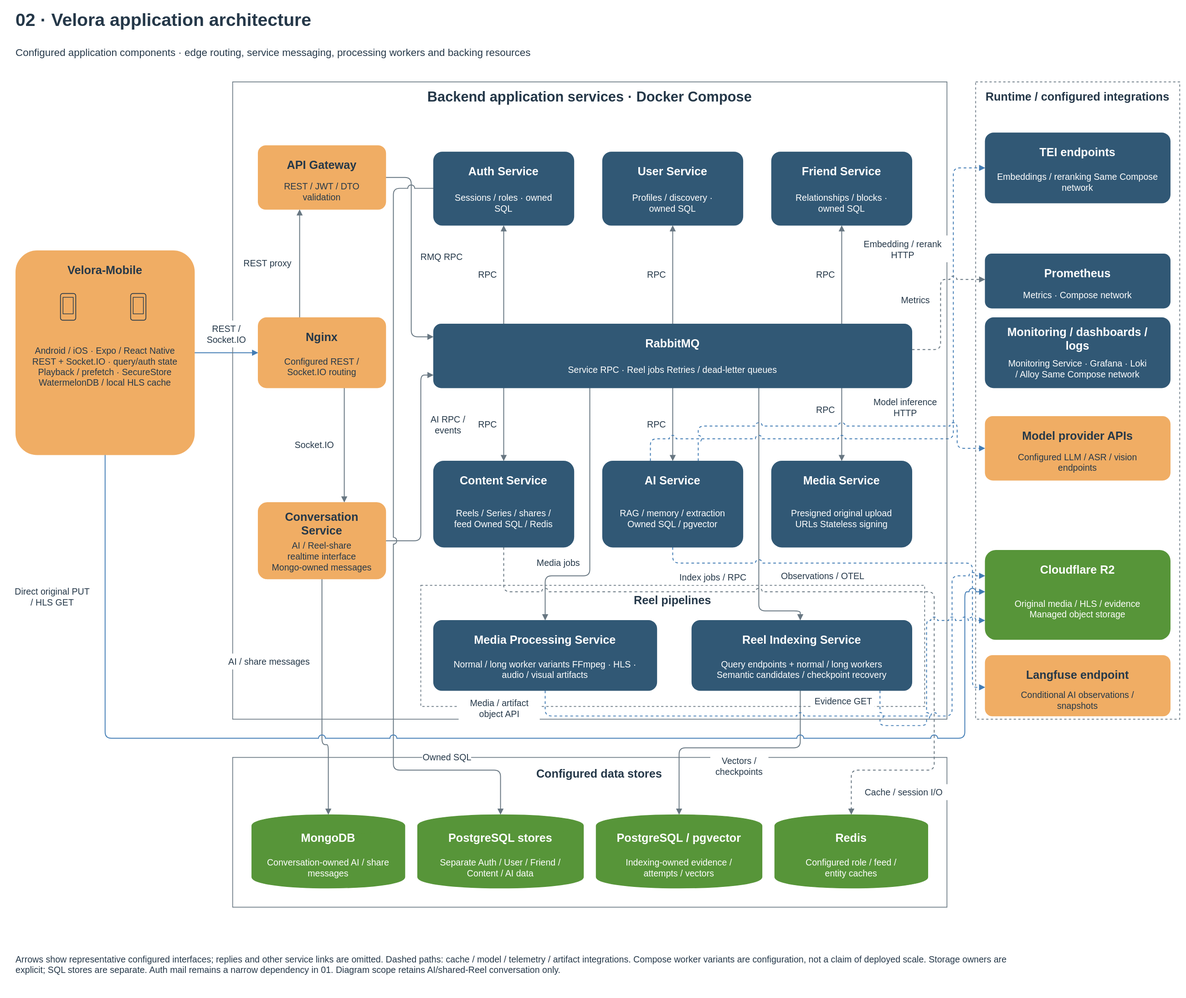
Earlier version of the draw.io export docs/diagrams/velora-current/importable-svg/02-application-architecture.drawio.svg (HieuCuteDangYeu/velora-backend). Source tidied: cells renumbered, new cells last; positions are measured from the earlier drawing's top-left corner, leaving out a move shared by most shapes.
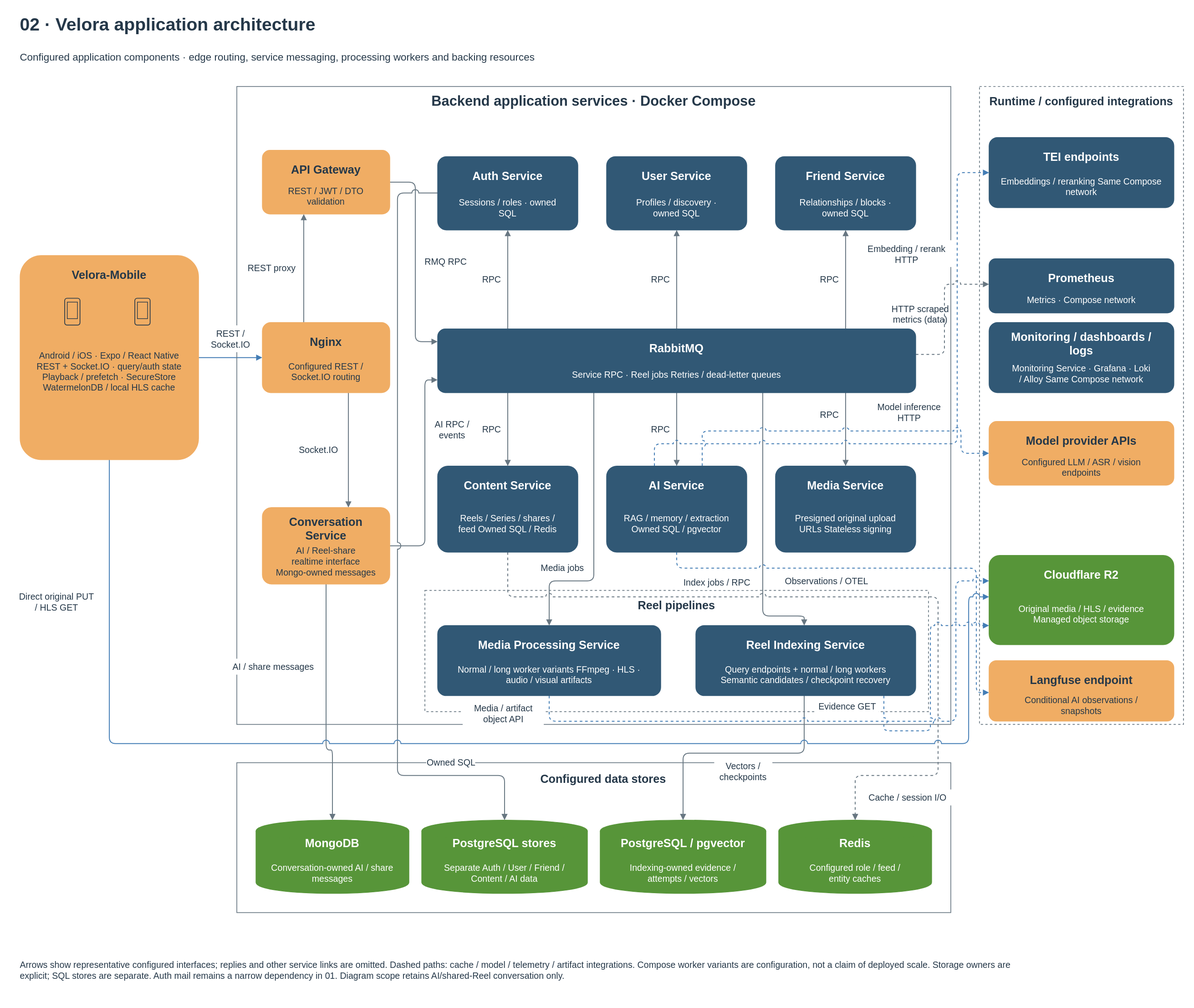
Later version of the same file.

The edit, as a diff of the source:
```diff
@@ -419,8 +419,8 @@
     <mxCell id="112" style="fillColor=#ffffff;strokeColor=none;" parent="1" vertex="1">
       <mxGeometry x="1396.6" y="450.5" width="62.4" height="25" as="geometry" />
     </mxCell>
-    <mxCell id="113" value="Metrics" style="text;html=1;whiteSpace=wrap;fontFamily=Arial;fontSize=14;fontColor=#253849;fontStyle=0;align=center;verticalAlign=middle;spacing=0;strokeColor=none;fillColor=none;" parent="1" vertex="1">
-      <mxGeometry x="1396.6" y="450.5" width="62.4" height="25" as="geometry" />
+    <mxCell id="113" value="HTTP scraped&lt;br&gt;metrics (data)" style="text;html=1;whiteSpace=wrap;fontFamily=Arial;fontSize=14;fontColor=#253849;fontStyle=0;align=center;verticalAlign=middle;spacing=0;strokeColor=none;fillColor=none;" parent="1" vertex="1">
+      <mxGeometry x="1366.6" y="450.5" width="125" height="52" as="geometry" />
     </mxCell>
     <mxCell id="114" style="fillColor=#ffffff;strokeColor=none;" parent="1" vertex="1">
       <mxGeometry x="740.4" y="645" width="33.6" height="25" as="geometry" />
```
